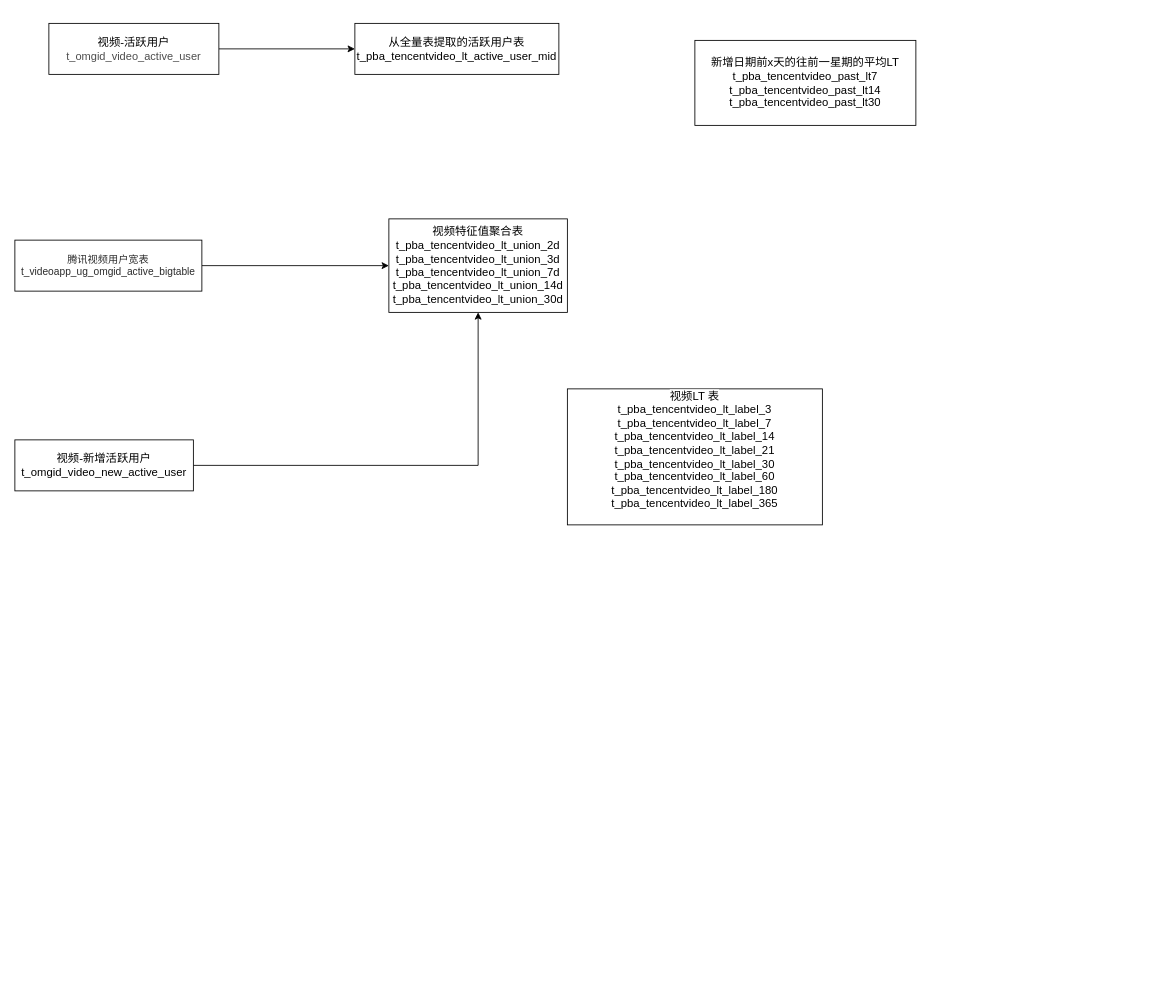
The draw.io diagram 视频LTV逻辑图.drawio in jiabingapt/awesome, before the edit. Source tidied: cells renumbered, new cells numbered last; positions are measured from the earlier drawing's top-left corner, leaving out a move shared by most shapes. Both pictures are drawn from the tidied source at 85%, with x=0, y=0 at pixel (14, 23).
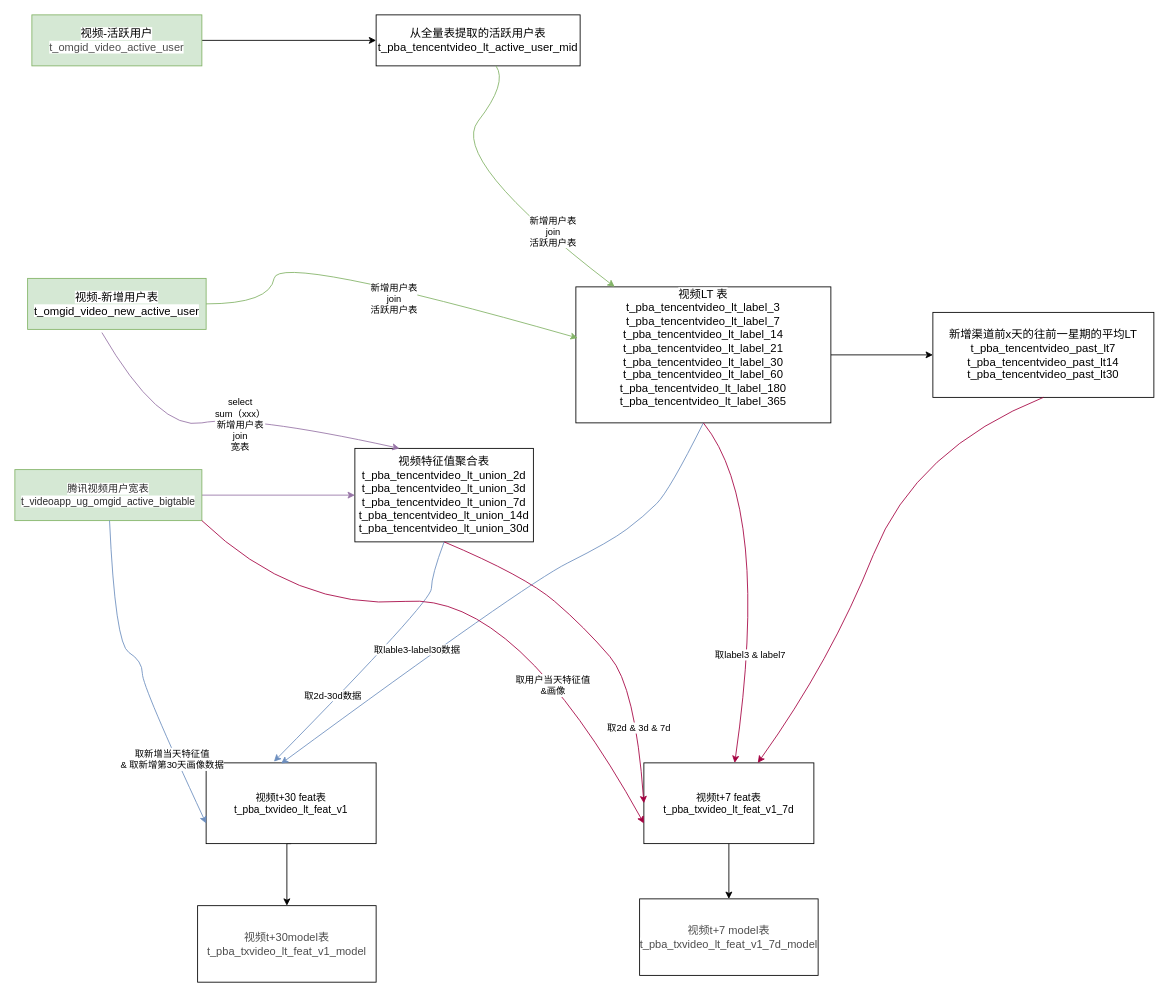
The same diagram, later.

Commit message:
Update 视频LTV逻辑图.drawio

What changed in the source:
```diff
@@
-    <mxCell id="3" value="&lt;span style=&quot;font-family: &amp;#34;microsoft yahei&amp;#34; , ; font-size: 13.3333px ; text-align: left ; background-color: rgb(255 , 255 , 255)&quot;&gt;视频-活跃用户&lt;/span&gt;&lt;span style=&quot;color: rgb(77 , 77 , 77) ; font-family: &amp;#34;helvetica neue for number&amp;#34; , , &amp;#34;blinkmacsystemfont&amp;#34; , &amp;#34;segoe ui&amp;#34; , &amp;#34;roboto&amp;#34; , &amp;#34;pingfang sc&amp;#34; , &amp;#34;hiragino sans gb&amp;#34; , &amp;#34;microsoft yahei&amp;#34; , &amp;#34;helvetica neue&amp;#34; , &amp;#34;helvetica&amp;#34; , &amp;#34;arial&amp;#34; , sans-serif ; font-size: 13px ; background-color: rgb(255 , 255 , 255)&quot;&gt;&lt;br&gt;t_omgid_video_active_user&lt;/span&gt;" style="rounded=0;whiteSpace=wrap;html=1;" parent="1" vertex="1">
-      <mxGeometry x="40" width="200" height="60" as="geometry" />
+    <mxCell id="3" value="&lt;span style=&quot;font-family: &amp;#34;microsoft yahei&amp;#34; , ; font-size: 13.3333px ; text-align: left ; background-color: rgb(255 , 255 , 255)&quot;&gt;视频-活跃用户&lt;/span&gt;&lt;span style=&quot;color: rgb(77 , 77 , 77) ; font-family: &amp;#34;helvetica neue for number&amp;#34; , , &amp;#34;blinkmacsystemfont&amp;#34; , &amp;#34;segoe ui&amp;#34; , &amp;#34;roboto&amp;#34; , &amp;#34;pingfang sc&amp;#34; , &amp;#34;hiragino sans gb&amp;#34; , &amp;#34;microsoft yahei&amp;#34; , &amp;#34;helvetica neue&amp;#34; , &amp;#34;helvetica&amp;#34; , &amp;#34;arial&amp;#34; , sans-serif ; font-size: 13px ; background-color: rgb(255 , 255 , 255)&quot;&gt;&lt;br&gt;t_omgid_video_active_user&lt;/span&gt;" style="rounded=0;whiteSpace=wrap;html=1;fillColor=#d5e8d4;strokeColor=#82b366;" parent="1" vertex="1">
+      <mxGeometry x="20" y="-10" width="200" height="60" as="geometry" />
     </mxCell>
-    <mxCell id="4" style="edgeStyle=orthogonalEdgeStyle;rounded=0;jettySize=auto;html=1;exitX=1;exitY=0.5;exitDx=0;exitDy=0;entryX=0;entryY=0.5;entryDx=0;entryDy=0;" parent="1" edge="1" source="5" target="9">
+    <mxCell id="4" style="edgeStyle=orthogonalEdgeStyle;rounded=0;jettySize=auto;html=1;exitX=1;exitY=0.5;exitDx=0;exitDy=0;entryX=0;entryY=0.5;entryDx=0;entryDy=0;fillColor=#e1d5e7;strokeColor=#9673a6;" parent="1" edge="1" source="5" target="9">
       <mxGeometry relative="1" as="geometry" />
     </mxCell>
-    <mxCell id="5" value="&lt;span style=&quot;color: rgb(43 , 43 , 43) ; font-family: &amp;#34;pingfang sc&amp;#34; , &amp;#34;microsoft yahei&amp;#34; , , , sans-serif ; background-color: rgb(255 , 255 , 255)&quot;&gt;腾讯视频用户宽表&lt;br&gt;t_videoapp_ug_omgid_active_bigtable&lt;/span&gt;" style="rounded=0;whiteSpace=wrap;html=1;" parent="1" vertex="1">
-      <mxGeometry y="255" width="220" height="60" as="geometry" />
+    <mxCell id="5" value="&lt;span style=&quot;color: rgb(43 , 43 , 43) ; font-family: &amp;#34;pingfang sc&amp;#34; , &amp;#34;microsoft yahei&amp;#34; , , , sans-serif ; background-color: rgb(255 , 255 , 255)&quot;&gt;腾讯视频用户宽表&lt;br&gt;t_videoapp_ug_omgid_active_bigtable&lt;/span&gt;" style="rounded=0;whiteSpace=wrap;html=1;fillColor=#d5e8d4;strokeColor=#82b366;" parent="1" vertex="1">
+      <mxGeometry y="525" width="220" height="60" as="geometry" />
     </mxCell>
-    <mxCell id="6" style="edgeStyle=orthogonalEdgeStyle;rounded=0;jettySize=auto;html=1;exitX=1;exitY=0.5;exitDx=0;exitDy=0;entryX=0.5;entryY=1;entryDx=0;entryDy=0;" parent="1" edge="1" source="7" target="9">
-      <mxGeometry relative="1" as="geometry" />
-    </mxCell>
-    <mxCell id="7" value="&lt;span style=&quot;font-family: &amp;#34;microsoft yahei&amp;#34; , ; font-size: 13.3333px ; text-align: left ; background-color: rgb(255 , 255 , 255)&quot;&gt;视频-新增活跃用户&lt;/span&gt;&lt;span style=&quot;font-family: &amp;#34;microsoft yahei&amp;#34; , ; font-size: 13.3333px ; text-align: left ; background-color: rgb(255 , 255 , 255)&quot;&gt;&lt;br&gt;t_omgid_video_new_active_user&lt;/span&gt;" style="rounded=0;whiteSpace=wrap;html=1;" parent="1" vertex="1">
-      <mxGeometry y="490" width="210" height="60" as="geometry" />
+    <mxCell id="7" value="&lt;span style=&quot;font-family: &amp;#34;microsoft yahei&amp;#34; , ; font-size: 13.3333px ; text-align: left ; background-color: rgb(255 , 255 , 255)&quot;&gt;视频-新增用户表&lt;/span&gt;&lt;span style=&quot;font-family: &amp;#34;microsoft yahei&amp;#34; , ; font-size: 13.3333px ; text-align: left ; background-color: rgb(255 , 255 , 255)&quot;&gt;&lt;br&gt;t_omgid_video_new_active_user&lt;/span&gt;" style="rounded=0;whiteSpace=wrap;html=1;fillColor=#d5e8d4;strokeColor=#82b366;" parent="1" vertex="1">
+      <mxGeometry x="15" y="300" width="210" height="60" as="geometry" />
     </mxCell>
     <mxCell id="8" value="&lt;span style=&quot;font-family: &amp;#34;microsoft yahei&amp;#34; , ; font-size: 13.3333px ; text-align: left ; background-color: rgb(255 , 255 , 255)&quot;&gt;从全量表提取的活跃用户表&lt;/span&gt;&lt;span style=&quot;font-family: &amp;#34;microsoft yahei&amp;#34; , ; font-size: 13.3333px ; text-align: left ; background-color: rgb(255 , 255 , 255)&quot;&gt;&lt;br&gt;t_pba_tencentvideo_lt_active_user_mid&lt;/span&gt;" style="rounded=0;whiteSpace=wrap;html=1;" parent="1" vertex="1">
-      <mxGeometry x="400" width="240" height="60" as="geometry" />
+      <mxGeometry x="425" y="-10" width="240" height="60" as="geometry" />
     </mxCell>
     <mxCell id="9" value="&lt;span style=&quot;font-family: &amp;#34;microsoft yahei&amp;#34; , ; font-size: 13.3333px ; text-align: left ; background-color: rgb(255 , 255 , 255)&quot;&gt;视频特征值聚合表&lt;br&gt;t_pba_tencentvideo_lt_union_2d&lt;br&gt;&lt;/span&gt;&lt;span style=&quot;font-family: &amp;#34;microsoft yahei&amp;#34; , ; font-size: 13.3333px ; text-align: left ; background-color: rgb(255 , 255 , 255)&quot;&gt;t_pba_tencentvideo_lt_union_3d&lt;br&gt;&lt;/span&gt;&lt;span style=&quot;font-family: &amp;#34;microsoft yahei&amp;#34; , ; font-size: 13.3333px ; text-align: left ; background-color: rgb(255 , 255 , 255)&quot;&gt;t_pba_tencentvideo_lt_union_7d&lt;br&gt;&lt;/span&gt;&lt;span style=&quot;font-family: &amp;#34;microsoft yahei&amp;#34; , ; font-size: 13.3333px ; text-align: left ; background-color: rgb(255 , 255 , 255)&quot;&gt;t_pba_tencentvideo_lt_union_14d&lt;br&gt;&lt;/span&gt;&lt;span style=&quot;font-family: &amp;#34;microsoft yahei&amp;#34; , ; font-size: 13.3333px ; text-align: left ; background-color: rgb(255 , 255 , 255)&quot;&gt;t_pba_tencentvideo_lt_union_30d&lt;/span&gt;&lt;span style=&quot;font-family: &amp;#34;microsoft yahei&amp;#34; , ; font-size: 13.3333px ; text-align: left ; background-color: rgb(255 , 255 , 255)&quot;&gt;&lt;br&gt;&lt;/span&gt;" style="rounded=0;whiteSpace=wrap;html=1;" parent="1" vertex="1">
-      <mxGeometry x="440" y="230" width="210" height="110" as="geometry" />
+      <mxGeometry x="400" y="500" width="210" height="110" as="geometry" />
     </mxCell>
+    <mxCell id="12" style="edgeStyle=orthogonalEdgeStyle;rounded=0;jettySize=auto;html=1;exitX=1;exitY=0.5;exitDx=0;exitDy=0;" parent="1" edge="1" source="10" target="11">
+      <mxGeometry relative="1" as="geometry" />
+    </mxCell>
     <mxCell id="10" value="&lt;span style=&quot;font-family: &amp;#34;microsoft yahei&amp;#34; , ; font-size: 13.3333px ; text-align: left ; background-color: rgb(255 , 255 , 255)&quot;&gt;视频LT 表&lt;br&gt;t_pba_tencentvideo_lt_label_3&lt;br&gt;&lt;/span&gt;&lt;span style=&quot;font-family: &amp;#34;microsoft yahei&amp;#34; , ; font-size: 13.3333px ; text-align: left ; background-color: rgb(255 , 255 , 255)&quot;&gt;t_pba_tencentvideo_lt_label_7&lt;br&gt;&lt;/span&gt;&lt;span style=&quot;font-family: &amp;#34;microsoft yahei&amp;#34; , ; font-size: 13.3333px ; text-align: left ; background-color: rgb(255 , 255 , 255)&quot;&gt;t_pba_tencentvideo_lt_label_14&lt;br&gt;&lt;/span&gt;&lt;span style=&quot;font-family: &amp;#34;microsoft yahei&amp;#34; , ; font-size: 13.3333px ; text-align: left ; background-color: rgb(255 , 255 , 255)&quot;&gt;t_pba_tencentvideo_lt_label_21&lt;br&gt;&lt;/span&gt;&lt;span style=&quot;font-family: &amp;#34;microsoft yahei&amp;#34; , ; font-size: 13.3333px ; text-align: left ; background-color: rgb(255 , 255 , 255)&quot;&gt;t_pba_tencentvideo_lt_label_30&lt;br&gt;&lt;/span&gt;&lt;span style=&quot;font-family: &amp;#34;microsoft yahei&amp;#34; , ; font-size: 13.3333px ; text-align: left ; background-color: rgb(255 , 255 , 255)&quot;&gt;t_pba_tencentvideo_lt_label_60&lt;br&gt;&lt;/span&gt;&lt;span style=&quot;font-family: &amp;#34;microsoft yahei&amp;#34; , ; font-size: 13.3333px ; text-align: left ; background-color: rgb(255 , 255 , 255)&quot;&gt;t_pba_tencentvideo_lt_label_180&lt;br&gt;&lt;/span&gt;&lt;span style=&quot;font-family: &amp;#34;microsoft yahei&amp;#34; , ; font-size: 13.3333px ; text-align: left ; background-color: rgb(255 , 255 , 255)&quot;&gt;t_pba_tencentvideo_lt_label_365&lt;br&gt;&lt;/span&gt;&lt;span style=&quot;font-family: &amp;#34;microsoft yahei&amp;#34; , ; font-size: 13.3333px ; text-align: left ; background-color: rgb(255 , 255 , 255)&quot;&gt;&lt;br&gt;&lt;/span&gt;" style="rounded=0;whiteSpace=wrap;html=1;" parent="1" vertex="1">
-      <mxGeometry x="650" y="430" width="300" height="160" as="geometry" />
+      <mxGeometry x="660" y="310" width="300" height="160" as="geometry" />
     </mxCell>
-    <mxCell id="11" value="&lt;span style=&quot;font-family: &amp;#34;microsoft yahei&amp;#34; , ; font-size: 13.3333px ; text-align: left ; background-color: rgb(255 , 255 , 255)&quot;&gt;新增日期前x天的往前一星期的平均LT&lt;br&gt;t_pba_tencentvideo_past_lt7&lt;br&gt;&lt;/span&gt;&lt;span style=&quot;font-family: &amp;#34;microsoft yahei&amp;#34; , ; font-size: 13.3333px ; text-align: left ; background-color: rgb(255 , 255 , 255)&quot;&gt;t_pba_tencentvideo_past_lt14&lt;br&gt;&lt;/span&gt;&lt;span style=&quot;font-family: &amp;#34;microsoft yahei&amp;#34; , ; font-size: 13.3333px ; text-align: left ; background-color: rgb(255 , 255 , 255)&quot;&gt;t_pba_tencentvideo_past_lt30&lt;/span&gt;&lt;span style=&quot;font-family: &amp;#34;microsoft yahei&amp;#34; , ; font-size: 13.3333px ; text-align: left ; background-color: rgb(255 , 255 , 255)&quot;&gt;&lt;br&gt;&lt;/span&gt;" style="rounded=0;whiteSpace=wrap;html=1;" parent="1" vertex="1">
-      <mxGeometry x="800" y="20" width="260" height="100" as="geometry" />
+    <mxCell id="11" value="&lt;span style=&quot;font-family: &amp;#34;microsoft yahei&amp;#34; , ; font-size: 13.3333px ; text-align: left ; background-color: rgb(255 , 255 , 255)&quot;&gt;新增渠道前x天的往前一星期的平均LT&lt;br&gt;t_pba_tencentvideo_past_lt7&lt;br&gt;&lt;/span&gt;&lt;span style=&quot;font-family: &amp;#34;microsoft yahei&amp;#34; , ; font-size: 13.3333px ; text-align: left ; background-color: rgb(255 , 255 , 255)&quot;&gt;t_pba_tencentvideo_past_lt14&lt;br&gt;&lt;/span&gt;&lt;span style=&quot;font-family: &amp;#34;microsoft yahei&amp;#34; , ; font-size: 13.3333px ; text-align: left ; background-color: rgb(255 , 255 , 255)&quot;&gt;t_pba_tencentvideo_past_lt30&lt;/span&gt;&lt;span style=&quot;font-family: &amp;#34;microsoft yahei&amp;#34; , ; font-size: 13.3333px ; text-align: left ; background-color: rgb(255 , 255 , 255)&quot;&gt;&lt;br&gt;&lt;/span&gt;" style="rounded=0;whiteSpace=wrap;html=1;" parent="1" vertex="1">
+      <mxGeometry x="1080" y="340" width="260" height="100" as="geometry" />
     </mxCell>
+    <mxCell id="13" style="curved=1;endArrow=classic;html=1;exitX=1;exitY=0.5;exitDx=0;exitDy=0;entryX=0.007;entryY=0.376;entryDx=0;entryDy=0;entryPerimeter=0;fillColor=#d5e8d4;strokeColor=#82b366;" parent="1" edge="1" source="7" target="10">
+      <mxGeometry relative="1" as="geometry">
+        <Array as="points">
+          <mxPoint x="300" y="330" />
+          <mxPoint x="310" y="270" />
+        </Array>
+      </mxGeometry>
+    </mxCell>
+    <mxCell id="14" value="新增用户表&lt;br&gt;join&lt;br&gt;活跃用户表" style="edgeLabel;html=1;align=center;verticalAlign=middle;" parent="13" vertex="1">
+      <mxGeometry x="0.12" y="-14" relative="1" as="geometry" />
+    </mxCell>
+    <mxCell id="15" style="curved=1;endArrow=classic;html=1;fillColor=#d5e8d4;strokeColor=#82b366;" parent="1" edge="1" source="8" target="10">
+      <mxGeometry relative="1" as="geometry">
+        <Array as="points">
+          <mxPoint x="580" y="70" />
+          <mxPoint x="510" y="160" />
+        </Array>
+      </mxGeometry>
+    </mxCell>
+    <mxCell id="16" value="新增用户表&lt;br&gt;join&lt;br&gt;活跃用户表" style="edgeLabel;html=1;align=center;verticalAlign=middle;" parent="15" vertex="1">
+      <mxGeometry x="0.49" y="8" relative="1" as="geometry" />
+    </mxCell>
+    <mxCell id="6" style="curved=1;endArrow=classic;html=1;exitX=0.416;exitY=1.063;exitDx=0;exitDy=0;exitPerimeter=0;entryX=0.25;entryY=0;entryDx=0;entryDy=0;fillColor=#e1d5e7;strokeColor=#9673a6;" parent="1" edge="1" source="7" target="9">
+      <mxGeometry relative="1" as="geometry">
+        <Array as="points">
+          <mxPoint x="170" y="480" />
+          <mxPoint x="270" y="460" />
+        </Array>
+      </mxGeometry>
+    </mxCell>
+    <mxCell id="17" value="select&lt;br&gt;sum（xxx）&lt;br&gt;新增用户表&lt;br&gt;join&lt;br&gt;宽表" style="edgeLabel;html=1;align=center;verticalAlign=middle;" parent="6" vertex="1">
+      <mxGeometry x="0.08" y="-10" relative="1" as="geometry" />
+    </mxCell>
+    <mxCell id="18" style="edgeStyle=orthogonalEdgeStyle;rounded=0;jettySize=auto;html=1;exitX=0.5;exitY=1;exitDx=0;exitDy=0;" parent="1" edge="1" source="19" target="26">
+      <mxGeometry relative="1" as="geometry">
+        <Array as="points">
+          <mxPoint x="320" y="965" />
+        </Array>
+      </mxGeometry>
+    </mxCell>
+    <mxCell id="19" value="视频t+30 feat表&lt;br&gt;t_pba_txvideo_lt_feat_v1" style="rounded=0;whiteSpace=wrap;html=1;" parent="1" vertex="1">
+      <mxGeometry x="225" y="870" width="200" height="95" as="geometry" />
+    </mxCell>
+    <mxCell id="20" style="curved=1;endArrow=classic;html=1;entryX=0;entryY=0.75;entryDx=0;entryDy=0;fillColor=#dae8fc;strokeColor=#6c8ebf;" parent="1" edge="1" source="5" target="19">
+      <mxGeometry relative="1" as="geometry">
+        <Array as="points">
+          <mxPoint x="118" y="730" />
+          <mxPoint x="150" y="750" />
+          <mxPoint x="150" y="780" />
+        </Array>
+      </mxGeometry>
+    </mxCell>
+    <mxCell id="21" value="取新增当天特征值&lt;br&gt;&amp;amp; 取新增第30天画像数据" style="edgeLabel;html=1;align=center;verticalAlign=middle;" parent="20" vertex="1">
+      <mxGeometry x="0.56" y="-5" relative="1" as="geometry" />
+    </mxCell>
+    <mxCell id="22" style="curved=1;endArrow=classic;html=1;exitX=0.5;exitY=1;exitDx=0;exitDy=0;entryX=0.399;entryY=-0.016;entryDx=0;entryDy=0;entryPerimeter=0;fillColor=#dae8fc;strokeColor=#6c8ebf;" parent="1" edge="1" source="9" target="19">
+      <mxGeometry relative="1" as="geometry">
+        <Array as="points">
+          <mxPoint x="490" y="650" />
+          <mxPoint x="490" y="680" />
+        </Array>
+      </mxGeometry>
+    </mxCell>
+    <mxCell id="23" value="取2d-30d数据" style="edgeLabel;html=1;align=center;verticalAlign=middle;" parent="22" vertex="1">
+      <mxGeometry x="0.38" y="-6" relative="1" as="geometry" />
+    </mxCell>
+    <mxCell id="24" style="curved=1;endArrow=classic;html=1;exitX=0.5;exitY=1;exitDx=0;exitDy=0;entryX=0.441;entryY=0.009;entryDx=0;entryDy=0;entryPerimeter=0;fillColor=#dae8fc;strokeColor=#6c8ebf;" parent="1" edge="1" source="10" target="19">
+      <mxGeometry relative="1" as="geometry">
+        <Array as="points">
+          <mxPoint x="770" y="550" />
+          <mxPoint x="740" y="580" />
+          <mxPoint x="700" y="610" />
+          <mxPoint x="600" y="660" />
+        </Array>
+      </mxGeometry>
+    </mxCell>
+    <mxCell id="25" value="取lable3-label30数据" style="edgeLabel;html=1;align=center;verticalAlign=middle;" parent="24" vertex="1">
+      <mxGeometry x="0.36" y="-14" relative="1" as="geometry" />
+    </mxCell>
+    <mxCell id="26" value="&lt;span style=&quot;color: rgb(77 , 77 , 77) ; font-family: &amp;#34;helvetica neue for number&amp;#34; , , &amp;#34;blinkmacsystemfont&amp;#34; , &amp;#34;segoe ui&amp;#34; , &amp;#34;roboto&amp;#34; , &amp;#34;pingfang sc&amp;#34; , &amp;#34;hiragino sans gb&amp;#34; , &amp;#34;microsoft yahei&amp;#34; , &amp;#34;helvetica neue&amp;#34; , &amp;#34;helvetica&amp;#34; , &amp;#34;arial&amp;#34; , sans-serif ; font-size: 13px ; background-color: rgb(255 , 255 , 255)&quot;&gt;视频t+30model表&lt;br&gt;t_pba_txvideo_lt_feat_v1_model&lt;/span&gt;" style="rounded=0;whiteSpace=wrap;html=1;" parent="1" vertex="1">
+      <mxGeometry x="215" y="1038" width="210" height="90" as="geometry" />
+    </mxCell>
+    <mxCell id="27" style="edgeStyle=orthogonalEdgeStyle;rounded=0;jettySize=auto;html=1;exitX=0.5;exitY=1;exitDx=0;exitDy=0;entryX=0.5;entryY=0;entryDx=0;entryDy=0;" parent="1" edge="1" source="28" target="36">
+      <mxGeometry relative="1" as="geometry" />
+    </mxCell>
+    <mxCell id="28" value="视频t+7 feat表&lt;br&gt;t_pba_txvideo_lt_feat_v1_7d" style="rounded=0;whiteSpace=wrap;html=1;" parent="1" vertex="1">
+      <mxGeometry x="740" y="870" width="200" height="95" as="geometry" />
+    </mxCell>
+    <mxCell id="29" style="curved=1;endArrow=classic;html=1;exitX=1;exitY=1;exitDx=0;exitDy=0;entryX=0;entryY=0.75;entryDx=0;entryDy=0;fillColor=#d80073;strokeColor=#A50040;" parent="1" edge="1" source="5" target="28">
+      <mxGeometry relative="1" as="geometry">
+        <Array as="points">
+          <mxPoint x="330" y="690" />
+          <mxPoint x="590" y="670" />
+        </Array>
+      </mxGeometry>
+    </mxCell>
+    <mxCell id="30" value="取用户当天特征值&lt;br&gt;&amp;amp;画像&lt;br&gt;" style="edgeLabel;html=1;align=center;verticalAlign=middle;" parent="29" vertex="1">
+      <mxGeometry x="0.46" y="-15" relative="1" as="geometry" />
+    </mxCell>
+    <mxCell id="31" style="curved=1;endArrow=classic;html=1;entryX=0;entryY=0.5;entryDx=0;entryDy=0;fillColor=#d80073;strokeColor=#A50040;" parent="1" edge="1" target="28">
+      <mxGeometry relative="1" as="geometry">
+        <mxPoint x="505" y="610" as="sourcePoint" />
+        <Array as="points">
+          <mxPoint x="600" y="650" />
+          <mxPoint x="670" y="710" />
+          <mxPoint x="730" y="780" />
+        </Array>
+      </mxGeometry>
+    </mxCell>
+    <mxCell id="32" value="取2d &amp;amp; 3d &amp;amp; 7d" style="edgeLabel;html=1;align=center;verticalAlign=middle;" parent="31" vertex="1">
+      <mxGeometry x="0.58" y="1" relative="1" as="geometry">
+        <mxPoint x="-1" as="offset" />
+      </mxGeometry>
+    </mxCell>
+    <mxCell id="33" style="curved=1;endArrow=classic;html=1;fillColor=#d80073;strokeColor=#A50040;" parent="1" edge="1" target="28">
+      <mxGeometry relative="1" as="geometry">
+        <mxPoint x="810" y="470" as="sourcePoint" />
+        <Array as="points">
+          <mxPoint x="890" y="570" />
+        </Array>
+      </mxGeometry>
+    </mxCell>
+    <mxCell id="34" value="取label3 &amp;amp; label7" style="edgeLabel;html=1;align=center;verticalAlign=middle;" parent="33" vertex="1">
+      <mxGeometry x="0.4" y="-1" relative="1" as="geometry" />
+    </mxCell>
+    <mxCell id="35" style="curved=1;endArrow=classic;html=1;exitX=0.5;exitY=1;exitDx=0;exitDy=0;fillColor=#d80073;strokeColor=#A50040;" parent="1" edge="1" source="11" target="28">
+      <mxGeometry relative="1" as="geometry">
+        <Array as="points">
+          <mxPoint x="1060" y="500" />
+          <mxPoint x="960" y="750" />
+        </Array>
+      </mxGeometry>
+    </mxCell>
+    <mxCell id="36" value="&lt;span style=&quot;color: rgb(77 , 77 , 77) ; font-family: &amp;#34;helvetica neue for number&amp;#34; , , &amp;#34;blinkmacsystemfont&amp;#34; , &amp;#34;segoe ui&amp;#34; , &amp;#34;roboto&amp;#34; , &amp;#34;pingfang sc&amp;#34; , &amp;#34;hiragino sans gb&amp;#34; , &amp;#34;microsoft yahei&amp;#34; , &amp;#34;helvetica neue&amp;#34; , &amp;#34;helvetica&amp;#34; , &amp;#34;arial&amp;#34; , sans-serif ; font-size: 13px ; background-color: rgb(255 , 255 , 255)&quot;&gt;视频t+7 model表&lt;br&gt;t_pba_txvideo_lt_feat_v1_7d_model&lt;/span&gt;" style="rounded=0;whiteSpace=wrap;html=1;" parent="1" vertex="1">
+      <mxGeometry x="735" y="1030" width="210" height="90" as="geometry" />
+    </mxCell>
```
